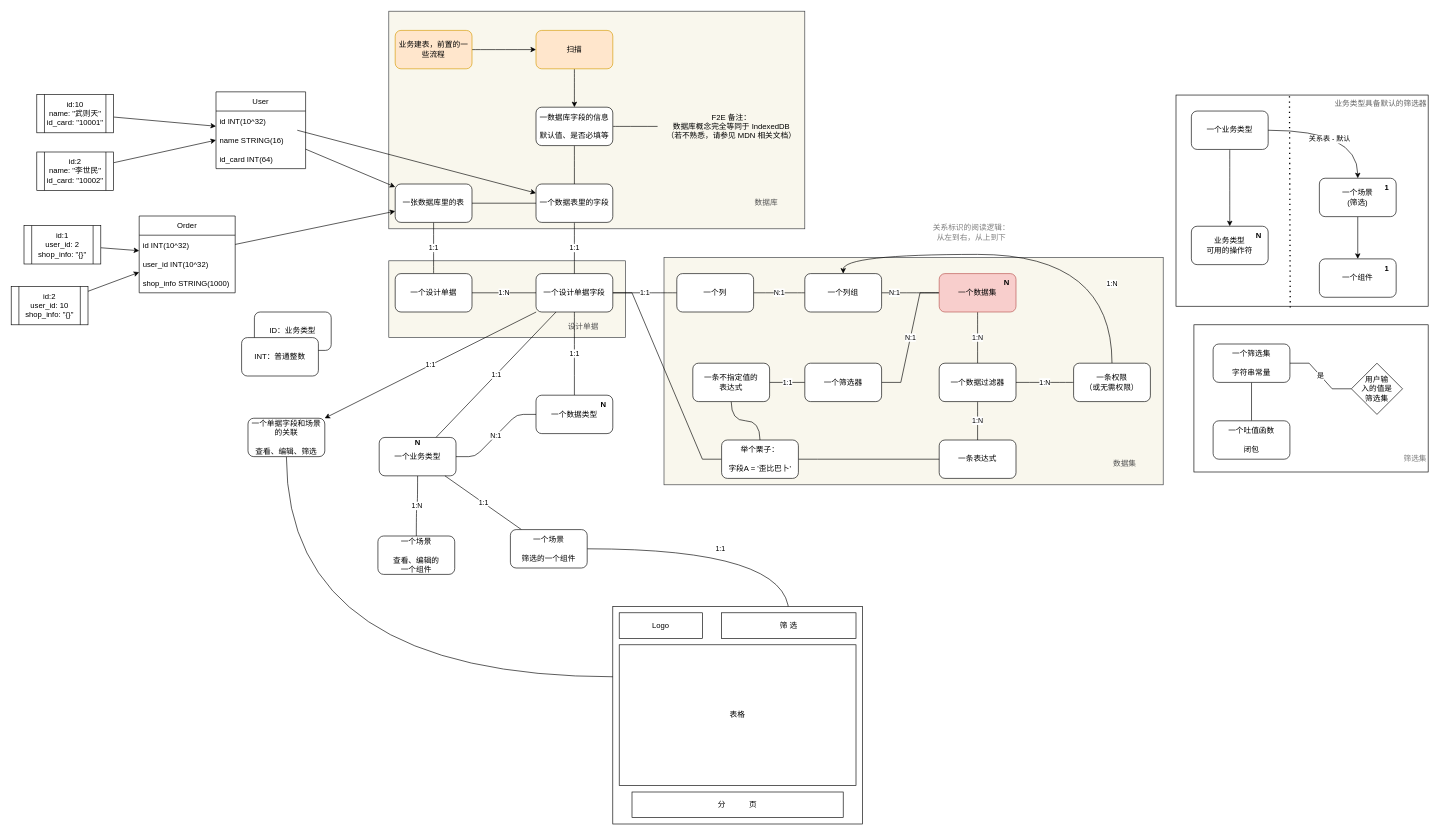
Before: page "Dataset Struct" (6 of 8) of 结构分析.drawio in uiosun/diagrams, a draw.io diagram. Source tidied: cells renumbered, new cells numbered last; positions are measured from the earlier drawing's top-left corner, leaving out a move shared by most shapes. Both pictures are drawn from the tidied source at 64%, with x=0, y=0 at pixel (11, 11).
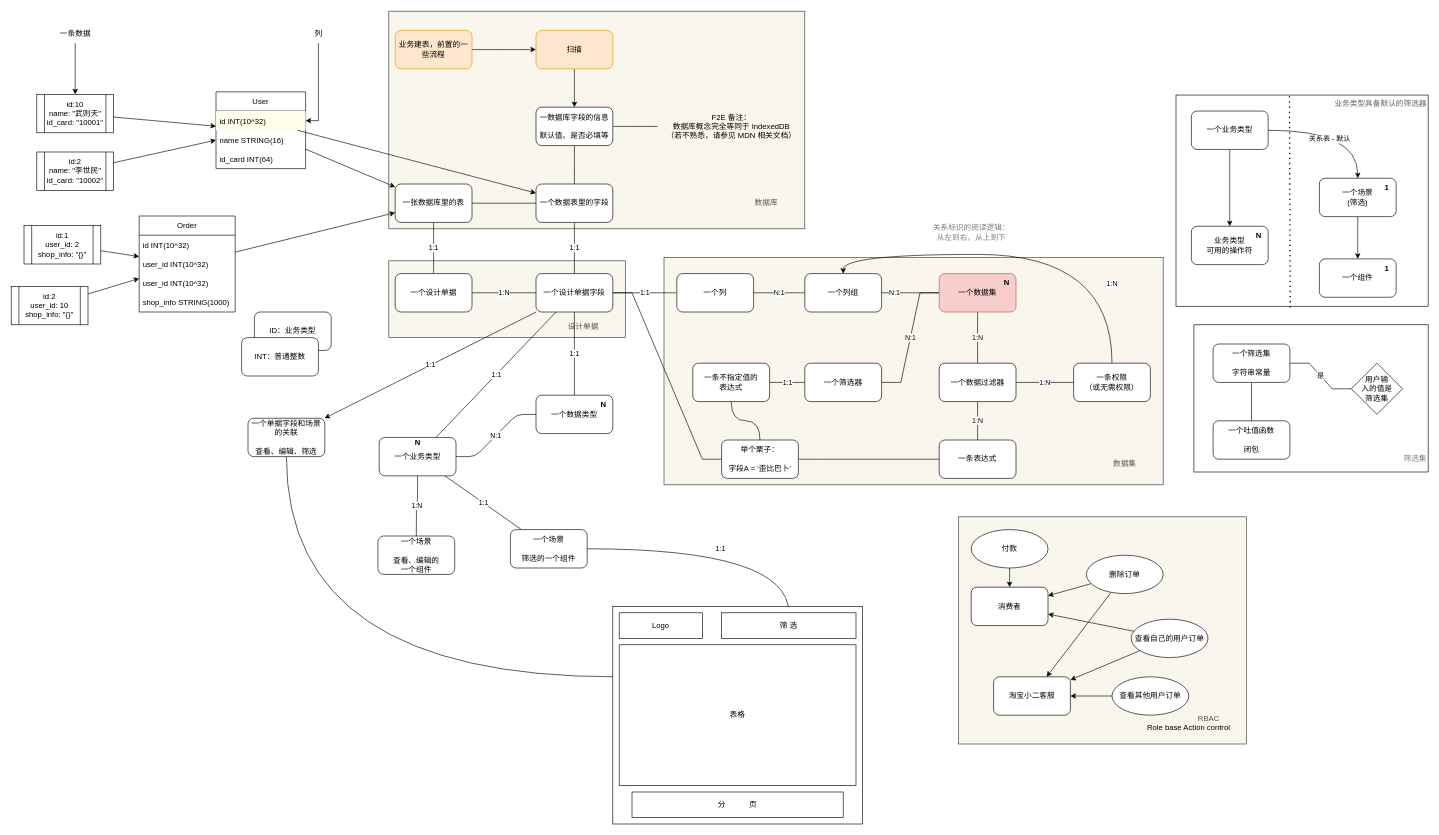
After the change.

The change refers to these unchanged cells:
```xml
<mxCell id="78" value="User" style="swimlane;fontStyle=0;horizontal=1;startSize=30;" parent="1" vertex="1">
  <mxGeometry x="320" y="126" width="140" height="120" as="geometry" />
</mxCell>
<mxCell id="88" value="id:10&lt;br&gt;name: &quot;武则天&quot;&lt;br&gt;id_card: &quot;10001&quot;" style="shape=process;whiteSpace=wrap;html=1;backgroundOutline=1;" parent="1" vertex="1">
  <mxGeometry x="40" y="130" width="120" height="60" as="geometry" />
</mxCell>
```

What changed in the source:
```diff
@@
-    <mxCell id="79" value="id INT(10^32)" style="text;strokeColor=none;fillColor=none;align=left;verticalAlign=middle;spacingLeft=4;spacingRight=4;overflow=hidden;points=[[0,0.5],[1,0.5]];portConstraint=eastwest;" parent="78" vertex="1">
+    <mxCell id="79" value="id INT(10^32)" style="text;strokeColor=none;fillColor=#FFFEEB;align=left;verticalAlign=middle;spacingLeft=4;spacingRight=4;overflow=hidden;points=[[0,0.5],[1,0.5]];portConstraint=eastwest;" parent="78" vertex="1">
       <mxGeometry y="30" width="140" height="30" as="geometry" />
     </mxCell>
@@
     <mxCell id="83" value="Order" style="swimlane;fontStyle=0;horizontal=1;startSize=30;" parent="1" vertex="1">
-      <mxGeometry x="200" y="320" width="150" height="120" as="geometry" />
+      <mxGeometry x="200" y="320" width="150" height="150" as="geometry" />
     </mxCell>
@@
+    <mxCell id="103" value="user_id INT(10^32)" style="text;strokeColor=none;fillColor=none;align=left;verticalAlign=middle;spacingLeft=4;spacingRight=4;overflow=hidden;" parent="83" vertex="1">
+      <mxGeometry y="90" width="150" height="30" as="geometry" />
+    </mxCell>
     <mxCell id="86" value="shop_info STRING(1000)" style="text;strokeColor=none;fillColor=none;align=left;verticalAlign=middle;spacingLeft=4;spacingRight=4;overflow=hidden;" parent="83" vertex="1">
-      <mxGeometry y="90" width="150" height="30" as="geometry" />
+      <mxGeometry y="120" width="150" height="30" as="geometry" />
     </mxCell>
@@
+    <mxCell id="104" style="edgeStyle=orthogonalEdgeStyle;rounded=0;jettySize=auto;html=1;" parent="1" edge="1" source="105" target="79">
+      <mxGeometry relative="1" as="geometry" />
+    </mxCell>
+    <mxCell id="105" value="列" style="text;html=1;align=center;verticalAlign=middle;points=[];strokeColor=none;fillColor=none;" parent="1" vertex="1">
+      <mxGeometry x="460" y="20" width="40" height="30" as="geometry" />
+    </mxCell>
+    <mxCell id="106" style="edgeStyle=orthogonalEdgeStyle;rounded=0;jettySize=auto;html=1;" parent="1" edge="1" source="107" target="88">
+      <mxGeometry relative="1" as="geometry" />
+    </mxCell>
+    <mxCell id="107" value="一条数据" style="text;html=1;align=center;verticalAlign=middle;points=[];strokeColor=none;fillColor=none;" parent="1" vertex="1">
+      <mxGeometry x="65" y="20" width="70" height="30" as="geometry" />
+    </mxCell>
+    <mxCell id="108" value="&lt;font color=&quot;#545454&quot;&gt;&lt;br&gt;&lt;br&gt;&lt;br&gt;&lt;br&gt;&lt;br&gt;&lt;br&gt;&lt;br&gt;&lt;br&gt;&lt;br&gt;&lt;br&gt;&lt;br&gt;&lt;br&gt;&lt;br&gt;&lt;br&gt;&lt;br&gt;&lt;br&gt;&lt;br&gt;&lt;br&gt;&lt;br&gt;&lt;br&gt;RBAC &amp;nbsp; &amp;nbsp; &amp;nbsp; &amp;nbsp; &amp;nbsp; &amp;nbsp;&lt;br&gt;&lt;/font&gt;&lt;span style=&quot;text-align: center;&quot;&gt;Role base Action control&amp;nbsp; &amp;nbsp; &amp;nbsp; &amp;nbsp;&lt;/span&gt;&lt;font color=&quot;#545454&quot;&gt;&lt;br&gt;&lt;/font&gt;" style="rounded=0;whiteSpace=wrap;html=1;align=right;fillColor=#f9f7ed;strokeColor=#36393d;" parent="1" vertex="1">
+      <mxGeometry x="1480" y="790" width="450" height="355" as="geometry" />
+    </mxCell>
+    <mxCell id="109" value="消费者" style="rounded=1;whiteSpace=wrap;html=1;fillColor=#FFFFFF;" parent="1" vertex="1">
+      <mxGeometry x="1500" y="900" width="120" height="60" as="geometry" />
+    </mxCell>
+    <mxCell id="110" value="淘宝小二客服" style="rounded=1;whiteSpace=wrap;html=1;fillColor=#FFFFFF;" parent="1" vertex="1">
+      <mxGeometry x="1535" y="1040" width="120" height="60" as="geometry" />
+    </mxCell>
+    <mxCell id="111" style="edgeStyle=none;rounded=0;jettySize=auto;html=1;fillColor=#FFFFFF;" parent="1" edge="1" source="112" target="110">
+      <mxGeometry relative="1" as="geometry" />
+    </mxCell>
+    <mxCell id="112" value="查看其他用户订单" style="ellipse;whiteSpace=wrap;html=1;fillColor=#FFFFFF;" parent="1" vertex="1">
+      <mxGeometry x="1720" y="1040" width="120" height="60" as="geometry" />
+    </mxCell>
+    <mxCell id="113" style="edgeStyle=none;rounded=0;jettySize=auto;html=1;fillColor=#FFFFFF;" parent="1" edge="1" source="115" target="110">
+      <mxGeometry relative="1" as="geometry" />
+    </mxCell>
+    <mxCell id="114" style="edgeStyle=none;rounded=0;jettySize=auto;html=1;fillColor=#FFFFFF;" parent="1" edge="1" source="115" target="109">
+      <mxGeometry relative="1" as="geometry" />
+    </mxCell>
+    <mxCell id="115" value="查看自己的用户订单" style="ellipse;whiteSpace=wrap;html=1;fillColor=#FFFFFF;" parent="1" vertex="1">
+      <mxGeometry x="1750" y="950" width="120" height="60" as="geometry" />
+    </mxCell>
+    <mxCell id="116" style="edgeStyle=none;rounded=0;jettySize=auto;html=1;fillColor=#FFFFFF;" parent="1" edge="1" source="117" target="109">
+      <mxGeometry relative="1" as="geometry" />
+    </mxCell>
+    <mxCell id="117" value="付款" style="ellipse;whiteSpace=wrap;html=1;fillColor=#FFFFFF;" parent="1" vertex="1">
+      <mxGeometry x="1500" y="810" width="120" height="60" as="geometry" />
+    </mxCell>
+    <mxCell id="118" style="edgeStyle=none;rounded=0;jettySize=auto;html=1;fillColor=#FFFFFF;" parent="1" edge="1" source="120" target="109">
+      <mxGeometry relative="1" as="geometry" />
+    </mxCell>
+    <mxCell id="119" style="edgeStyle=none;rounded=0;jettySize=auto;html=1;fillColor=#FFFFFF;" parent="1" edge="1" source="120" target="110">
+      <mxGeometry relative="1" as="geometry" />
+    </mxCell>
+    <mxCell id="120" value="删除订单" style="ellipse;whiteSpace=wrap;html=1;fillColor=#FFFFFF;" parent="1" vertex="1">
+      <mxGeometry x="1680" y="850" width="120" height="60" as="geometry" />
+    </mxCell>
```
